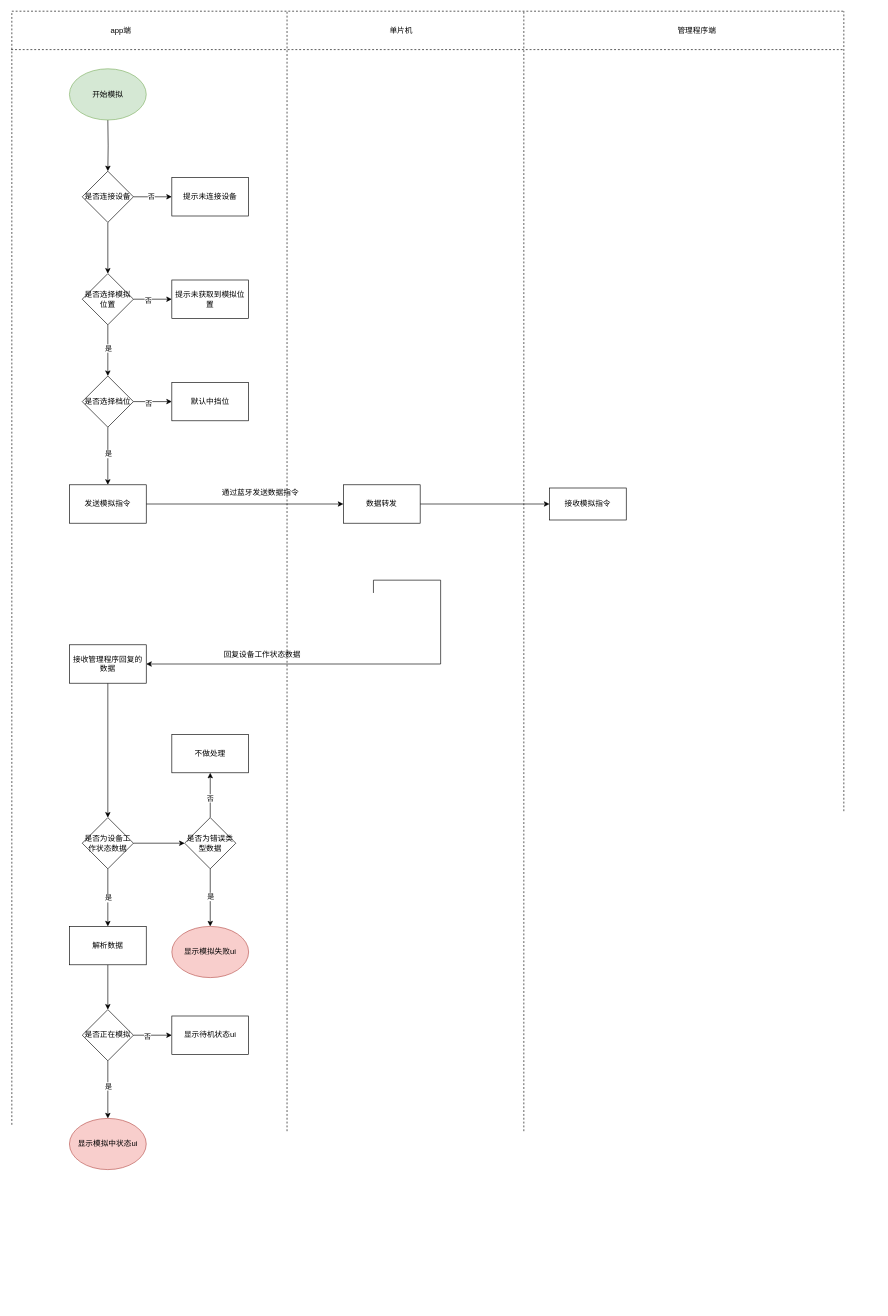
This is page "App普通模拟" (14 of 25) of 隐身保arm版-业务流程-V1.0-20221028-1.drawio from kyphoon/ysb_drawio_tree, a draw.io file, before an edit. Source tidied: cells renumbered, new cells numbered last; positions are measured from the earlier drawing's top-left corner, leaving out a move shared by most shapes. Both pictures are drawn from the tidied source at 64%, with x=0, y=0 at pixel (11, 11).
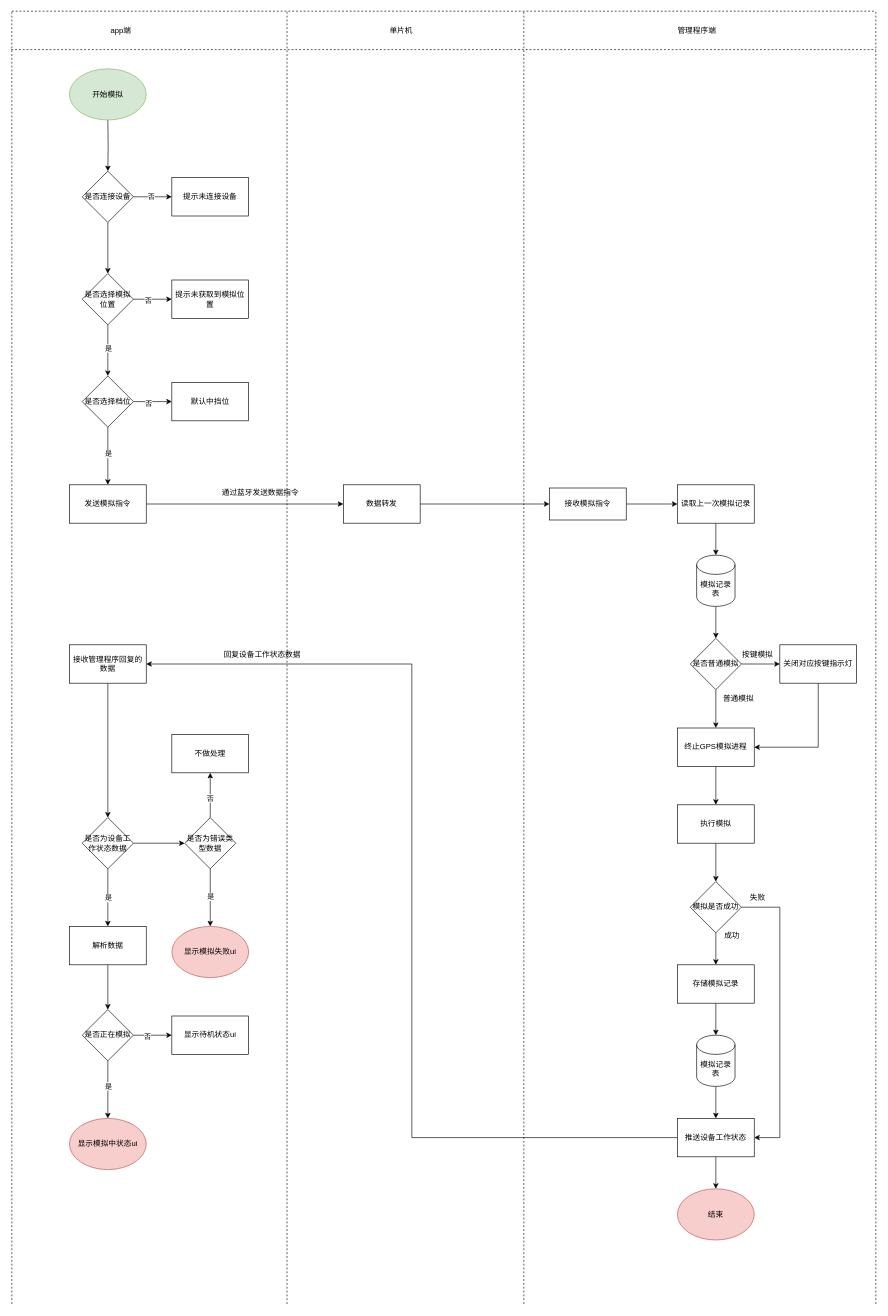
The same diagram, later.

Unchanged cells that the change refers to:
```xml
<mxCell id="37" value="接收管理程序回复的数据" style="rounded=0;whiteSpace=wrap;html=1;" parent="1" vertex="1">
  <mxGeometry x="91" y="990" width="120" height="60" as="geometry" />
</mxCell>
<mxCell id="59" value="接收模拟指令" style="whiteSpace=wrap;html=1;" parent="1" vertex="1">
  <mxGeometry x="841" y="745" width="120" height="50" as="geometry" />
</mxCell>
```

What changed in the source:
```diff
@@
     <mxCell id="23" style="endArrow=none;dashed=1;html=1;rounded=0;" parent="1" edge="1">
       <mxGeometry relative="1" as="geometry">
         <mxPoint x="1" as="sourcePoint" />
-        <mxPoint x="1301" as="targetPoint" />
+        <mxPoint x="1351" as="targetPoint" />
       </mxGeometry>
     </mxCell>
     <mxCell id="24" style="endArrow=none;dashed=1;html=1;rounded=0;" parent="1" edge="1">
       <mxGeometry relative="1" as="geometry">
         <mxPoint y="60" as="sourcePoint" />
-        <mxPoint x="1301" y="60" as="targetPoint" />
+        <mxPoint x="1351" y="60" as="targetPoint" />
       </mxGeometry>
     </mxCell>
     <mxCell id="25" style="endArrow=none;dashed=1;html=1;rounded=0;" parent="1" edge="1">
       <mxGeometry relative="1" as="geometry">
-        <mxPoint x="1" y="1740" as="sourcePoint" />
+        <mxPoint x="1" y="2020" as="sourcePoint" />
         <mxPoint x="1" as="targetPoint" />
       </mxGeometry>
     </mxCell>
     <mxCell id="26" style="endArrow=none;dashed=1;html=1;rounded=0;" parent="1" edge="1">
       <mxGeometry relative="1" as="geometry">
-        <mxPoint x="431" y="1750" as="sourcePoint" />
+        <mxPoint x="431" y="2020" as="sourcePoint" />
         <mxPoint x="431" as="targetPoint" />
       </mxGeometry>
     </mxCell>
     <mxCell id="27" style="endArrow=none;dashed=1;html=1;rounded=0;" parent="1" edge="1">
       <mxGeometry relative="1" as="geometry">
-        <mxPoint x="801" y="1750" as="sourcePoint" />
+        <mxPoint x="801" y="2020" as="sourcePoint" />
         <mxPoint x="801" as="targetPoint" />
       </mxGeometry>
     </mxCell>
@@
-    <mxCell id="30" style="edgeStyle=orthogonalEdgeStyle;rounded=0;jettySize=auto;html=1;entryX=1;entryY=0.5;entryDx=0;entryDy=0;exitX=0.392;exitY=0.983;exitDx=0;exitDy=0;exitPerimeter=0;" parent="1" edge="1" target="37">
-      <mxGeometry relative="1" as="geometry">
-        <mxPoint x="566" y="909" as="sourcePoint" />
-        <Array as="points">
-          <mxPoint x="671" y="889" />
-          <mxPoint x="671" y="1020" />
-        </Array>
-      </mxGeometry>
-    </mxCell>
@@
     <mxCell id="34" style="endArrow=none;dashed=1;html=1;rounded=0;" parent="1" edge="1">
       <mxGeometry relative="1" as="geometry">
-        <mxPoint x="1301" y="1250" as="sourcePoint" />
-        <mxPoint x="1301" as="targetPoint" />
+        <mxPoint x="1351" y="2020" as="sourcePoint" />
+        <mxPoint x="1351" as="targetPoint" />
       </mxGeometry>
     </mxCell>
@@
+    <mxCell id="60" style="edgeStyle=orthogonalEdgeStyle;rounded=0;jettySize=auto;html=1;" parent="1" edge="1" source="59" target="62">
+      <mxGeometry relative="1" as="geometry" />
+    </mxCell>
@@
+    <mxCell id="61" style="edgeStyle=orthogonalEdgeStyle;rounded=0;jettySize=auto;html=1;" parent="1" edge="1" source="62" target="64">
+      <mxGeometry relative="1" as="geometry" />
+    </mxCell>
+    <mxCell id="62" value="读取上一次模拟记录" style="whiteSpace=wrap;html=1;" parent="1" vertex="1">
+      <mxGeometry x="1041" y="740" width="120" height="60" as="geometry" />
+    </mxCell>
+    <mxCell id="63" style="edgeStyle=orthogonalEdgeStyle;rounded=0;jettySize=auto;html=1;" parent="1" edge="1" source="64" target="67">
+      <mxGeometry relative="1" as="geometry" />
+    </mxCell>
+    <mxCell id="64" value="模拟记录表" style="shape=cylinder3;whiteSpace=wrap;html=1;boundedLbl=1;backgroundOutline=1;size=15;" parent="1" vertex="1">
+      <mxGeometry x="1071" y="850" width="60" height="80" as="geometry" />
+    </mxCell>
+    <mxCell id="65" style="edgeStyle=orthogonalEdgeStyle;rounded=0;jettySize=auto;html=1;" parent="1" edge="1" source="67" target="69">
+      <mxGeometry relative="1" as="geometry" />
+    </mxCell>
+    <mxCell id="66" style="edgeStyle=orthogonalEdgeStyle;rounded=0;jettySize=auto;html=1;" parent="1" edge="1" source="67" target="72">
+      <mxGeometry relative="1" as="geometry" />
+    </mxCell>
+    <mxCell id="67" value="是否普通模拟" style="rhombus;whiteSpace=wrap;html=1;" parent="1" vertex="1">
+      <mxGeometry x="1061" y="980" width="80" height="80" as="geometry" />
+    </mxCell>
+    <mxCell id="68" style="edgeStyle=orthogonalEdgeStyle;rounded=0;jettySize=auto;html=1;entryX=1;entryY=0.5;entryDx=0;entryDy=0;" parent="1" edge="1" source="69" target="72">
+      <mxGeometry relative="1" as="geometry">
+        <Array as="points">
+          <mxPoint x="1261" y="1150" />
+        </Array>
+      </mxGeometry>
+    </mxCell>
+    <mxCell id="69" value="关闭对应按键指示灯" style="whiteSpace=wrap;html=1;" parent="1" vertex="1">
+      <mxGeometry x="1201" y="990" width="120" height="60" as="geometry" />
+    </mxCell>
+    <mxCell id="70" value="按键模拟" style="text;html=1;align=center;verticalAlign=middle;strokeColor=none;fillColor=none;" parent="1" vertex="1">
+      <mxGeometry x="1131" y="990" width="70" height="30" as="geometry" />
+    </mxCell>
+    <mxCell id="71" style="edgeStyle=orthogonalEdgeStyle;rounded=0;jettySize=auto;html=1;" parent="1" edge="1" source="72" target="75">
+      <mxGeometry relative="1" as="geometry" />
+    </mxCell>
+    <mxCell id="72" value="终止GPS模拟进程" style="whiteSpace=wrap;html=1;" parent="1" vertex="1">
+      <mxGeometry x="1041" y="1120" width="120" height="60" as="geometry" />
+    </mxCell>
+    <mxCell id="73" value="普通模拟" style="text;html=1;align=center;verticalAlign=middle;strokeColor=none;fillColor=none;" parent="1" vertex="1">
+      <mxGeometry x="1101" y="1060" width="70" height="30" as="geometry" />
+    </mxCell>
+    <mxCell id="74" style="edgeStyle=orthogonalEdgeStyle;rounded=0;jettySize=auto;html=1;" parent="1" edge="1" source="75" target="78">
+      <mxGeometry relative="1" as="geometry" />
+    </mxCell>
+    <mxCell id="75" value="执行模拟" style="whiteSpace=wrap;html=1;" parent="1" vertex="1">
+      <mxGeometry x="1041" y="1240" width="120" height="60" as="geometry" />
+    </mxCell>
+    <mxCell id="76" style="edgeStyle=orthogonalEdgeStyle;rounded=0;jettySize=auto;html=1;" parent="1" edge="1" source="78" target="80">
+      <mxGeometry relative="1" as="geometry" />
+    </mxCell>
+    <mxCell id="77" style="edgeStyle=orthogonalEdgeStyle;rounded=0;jettySize=auto;html=1;entryX=1;entryY=0.5;entryDx=0;entryDy=0;" parent="1" edge="1" source="78" target="83">
+      <mxGeometry relative="1" as="geometry">
+        <Array as="points">
+          <mxPoint x="1201" y="1400" />
+          <mxPoint x="1201" y="1760" />
+        </Array>
+      </mxGeometry>
+    </mxCell>
+    <mxCell id="78" value="模拟是否成功" style="rhombus;whiteSpace=wrap;html=1;" parent="1" vertex="1">
+      <mxGeometry x="1061" y="1360" width="80" height="80" as="geometry" />
+    </mxCell>
+    <mxCell id="79" style="edgeStyle=orthogonalEdgeStyle;rounded=0;jettySize=auto;html=1;" parent="1" edge="1" source="80" target="88">
+      <mxGeometry relative="1" as="geometry" />
+    </mxCell>
+    <mxCell id="80" value="存储模拟记录" style="whiteSpace=wrap;html=1;" parent="1" vertex="1">
+      <mxGeometry x="1041" y="1490" width="120" height="60" as="geometry" />
+    </mxCell>
+    <mxCell id="81" style="edgeStyle=orthogonalEdgeStyle;rounded=0;jettySize=auto;html=1;" parent="1" edge="1" source="83" target="86">
+      <mxGeometry relative="1" as="geometry" />
+    </mxCell>
+    <mxCell id="82" style="edgeStyle=orthogonalEdgeStyle;rounded=0;jettySize=auto;html=1;entryX=1;entryY=0.5;entryDx=0;entryDy=0;" parent="1" edge="1" source="83" target="37">
+      <mxGeometry relative="1" as="geometry" />
+    </mxCell>
+    <mxCell id="83" value="推送设备工作状态" style="whiteSpace=wrap;html=1;" parent="1" vertex="1">
+      <mxGeometry x="1041" y="1730" width="120" height="60" as="geometry" />
+    </mxCell>
+    <mxCell id="84" value="成功" style="text;html=1;align=center;verticalAlign=middle;strokeColor=none;fillColor=none;" parent="1" vertex="1">
+      <mxGeometry x="1101" y="1430" width="50" height="30" as="geometry" />
+    </mxCell>
+    <mxCell id="85" value="失败" style="text;html=1;align=center;verticalAlign=middle;strokeColor=none;fillColor=none;" parent="1" vertex="1">
+      <mxGeometry x="1141" y="1370" width="50" height="30" as="geometry" />
+    </mxCell>
+    <mxCell id="86" value="结束" style="ellipse;whiteSpace=wrap;html=1;fillColor=#f8cecc;strokeColor=#b85450;" parent="1" vertex="1">
+      <mxGeometry x="1041" y="1840" width="120" height="80" as="geometry" />
+    </mxCell>
+    <mxCell id="87" style="edgeStyle=orthogonalEdgeStyle;rounded=0;jettySize=auto;html=1;" parent="1" edge="1" source="88" target="83">
+      <mxGeometry relative="1" as="geometry" />
+    </mxCell>
+    <mxCell id="88" value="模拟记录表" style="shape=cylinder3;whiteSpace=wrap;html=1;boundedLbl=1;backgroundOutline=1;size=15;" parent="1" vertex="1">
+      <mxGeometry x="1071" y="1600" width="60" height="80" as="geometry" />
+    </mxCell>
```
